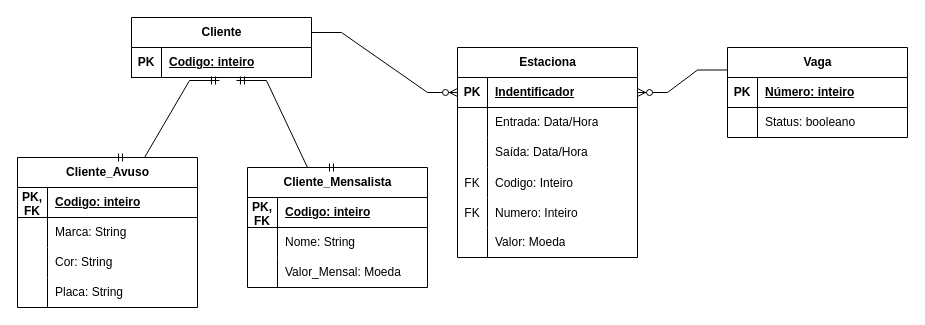
adiantaduh/bd1 keeps this draw.io diagram as atvidade.drawio. Above is the earlier version. Source tidied: cells renumbered, new cells numbered last; positions are measured from the earlier drawing's top-left corner, leaving out a move shared by most shapes. Both pictures are drawn from the tidied source at 100%, with x=0, y=0 at pixel (17, 17).
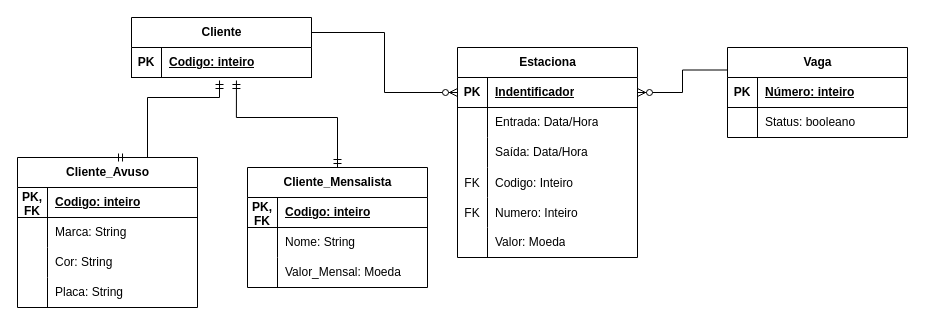
The same diagram, later.

Unchanged cells that the change refers to:
```xml
<mxCell id="2" value="Cliente" style="shape=table;startSize=30;childLayout=tableLayout;rowLines=0;fontStyle=1;align=center;html=1;" parent="1" vertex="1">
  <mxGeometry x="114" width="180" height="60" as="geometry" />
</mxCell>
<mxCell id="3" style="shape=tableRow;horizontal=0;startSize=0;swimlaneHead=0;swimlaneBody=0;fillColor=none;points=[[0,0.5],[1,0.5]];portConstraint=eastwest;top=0;left=0;right=0;bottom=1;" parent="2" vertex="1">
  <mxGeometry y="30" width="180" height="30" as="geometry" />
</mxCell>
<mxCell id="6" value="Cliente_Avuso" style="shape=table;startSize=30;childLayout=tableLayout;rowLines=0;fontStyle=1;align=center;html=1;" parent="1" vertex="1">
  <mxGeometry y="140" width="180" height="150" as="geometry" />
</mxCell>
<mxCell id="19" value="Cliente_Mensalista" style="shape=table;startSize=30;childLayout=tableLayout;rowLines=0;fontStyle=1;align=center;html=1;" parent="1" vertex="1">
  <mxGeometry x="230" y="150" width="180" height="120" as="geometry" />
</mxCell>
<mxCell id="29" value="Vaga" style="shape=table;startSize=30;childLayout=tableLayout;rowLines=0;fontStyle=1;align=center;html=1;" parent="1" vertex="1">
  <mxGeometry x="710" y="30" width="180" height="90" as="geometry" />
</mxCell>
<mxCell id="39" style="shape=tableRow;horizontal=0;startSize=0;swimlaneHead=0;swimlaneBody=0;fillColor=none;points=[[0,0.5],[1,0.5]];portConstraint=eastwest;top=0;left=0;right=0;bottom=1;" parent="38" vertex="1">
  <mxGeometry y="30" width="180" height="30" as="geometry" />
</mxCell>
```

Change to the diagram source:
```diff
@@
-    <mxCell id="36" style="edgeStyle=entityRelationEdgeStyle;fontSize=12;html=1;endArrow=ERmandOne;startArrow=ERmandOne;rounded=0;exitX=0.539;exitY=0;exitDx=0;exitDy=0;exitPerimeter=0;entryX=0.489;entryY=1.1;entryDx=0;entryDy=0;entryPerimeter=0;" parent="1" edge="1" source="6" target="3">
+    <mxCell id="36" style="edgeStyle=orthogonalEdgeStyle;fontSize=12;html=1;endArrow=ERmandOne;startArrow=ERmandOne;rounded=0;exitX=0.539;exitY=0;exitDx=0;exitDy=0;exitPerimeter=0;entryX=0.489;entryY=1.1;entryDx=0;entryDy=0;entryPerimeter=0;" parent="1" edge="1" source="6" target="3">
       <mxGeometry relative="1" as="geometry">
         <Array as="points">
-          <mxPoint x="120" y="110" />
-          <mxPoint x="130" y="120" />
-          <mxPoint x="170" y="30" />
+          <mxPoint x="130" y="140" />
+          <mxPoint x="130" y="80" />
+          <mxPoint x="202" y="80" />
         </Array>
       </mxGeometry>
     </mxCell>
-    <mxCell id="37" style="edgeStyle=entityRelationEdgeStyle;fontSize=12;html=1;endArrow=ERmandOne;startArrow=ERmandOne;rounded=0;exitX=0.5;exitY=0;exitDx=0;exitDy=0;entryX=0.583;entryY=1.1;entryDx=0;entryDy=0;entryPerimeter=0;" parent="1" edge="1" source="19" target="3">
+    <mxCell id="37" style="edgeStyle=orthogonalEdgeStyle;fontSize=12;html=1;endArrow=ERmandOne;startArrow=ERmandOne;rounded=0;exitX=0.5;exitY=0;exitDx=0;exitDy=0;entryX=0.583;entryY=1.1;entryDx=0;entryDy=0;entryPerimeter=0;" parent="1" edge="1" source="19" target="3">
       <mxGeometry relative="1" as="geometry">
         <Array as="points">
-          <mxPoint x="280" y="120" />
-          <mxPoint x="270" y="90" />
-          <mxPoint x="220" y="90" />
+          <mxPoint x="320" y="100" />
+          <mxPoint x="219" y="100" />
         </Array>
       </mxGeometry>
     </mxCell>
@@
-    <mxCell id="57" style="edgeStyle=entityRelationEdgeStyle;fontSize=12;html=1;endArrow=ERzeroToMany;endFill=1;rounded=0;entryX=0;entryY=0.5;entryDx=0;entryDy=0;exitX=1;exitY=0.25;exitDx=0;exitDy=0;" parent="1" edge="1" source="2" target="39">
-      <mxGeometry relative="1" as="geometry">
-        <Array as="points">
-          <mxPoint x="380" />
-          <mxPoint x="450" y="80" />
-        </Array>
-      </mxGeometry>
+    <mxCell id="57" style="edgeStyle=orthogonalEdgeStyle;fontSize=12;html=1;endArrow=ERzeroToMany;endFill=1;rounded=0;entryX=0;entryY=0.5;entryDx=0;entryDy=0;exitX=1;exitY=0.25;exitDx=0;exitDy=0;" parent="1" edge="1" source="2" target="39">
+      <mxGeometry relative="1" as="geometry" />
     </mxCell>
-    <mxCell id="58" style="edgeStyle=entityRelationEdgeStyle;fontSize=12;html=1;endArrow=ERzeroToMany;endFill=1;rounded=0;entryX=1;entryY=0.5;entryDx=0;entryDy=0;exitX=0;exitY=0.25;exitDx=0;exitDy=0;" parent="1" edge="1" source="29" target="39">
-      <mxGeometry relative="1" as="geometry">
-        <Array as="points">
-          <mxPoint x="796" y="165" />
-          <mxPoint x="866" y="245" />
-        </Array>
-      </mxGeometry>
+    <mxCell id="58" style="edgeStyle=orthogonalEdgeStyle;fontSize=12;html=1;endArrow=ERzeroToMany;endFill=1;rounded=0;entryX=1;entryY=0.5;entryDx=0;entryDy=0;exitX=0;exitY=0.25;exitDx=0;exitDy=0;" parent="1" edge="1" source="29" target="39">
+      <mxGeometry relative="1" as="geometry" />
     </mxCell>
```
